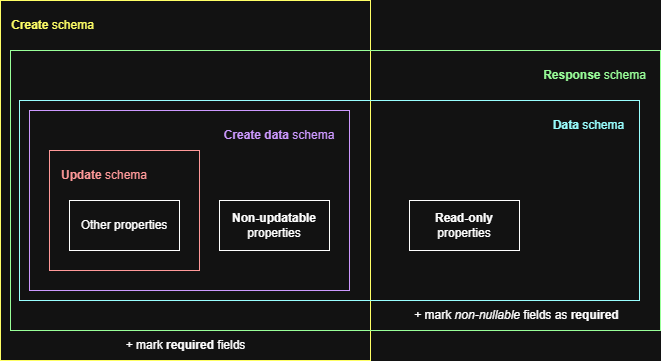
Before: docs/diagrams/openapi-schemas.drawio.png, a diagram exported from draw.io (elhub/flex-information-system). Source tidied: cells renumbered, new cells last; positions are measured from the earlier drawing's top-left corner, leaving out a move shared by most shapes.
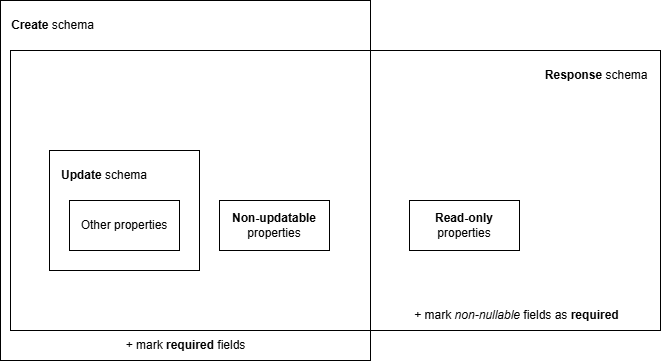
Above is the later version.

Diff of the diagram source:
```diff
@@ -5,12 +5,6 @@
     <mxCell id="2" style="rounded=0;whiteSpace=wrap;html=1;strokeColor=light-dark(#000000,#FFFF66);" parent="1" vertex="1">
       <mxGeometry width="370" height="360" as="geometry" />
     </mxCell>
-    <mxCell id="3" style="rounded=0;whiteSpace=wrap;html=1;strokeWidth=1;strokeColor=light-dark(#000000,#99FFFF);fillColor=none;gradientColor=none;" parent="1" vertex="1">
-      <mxGeometry x="19" y="100" width="620" height="200" as="geometry" />
-    </mxCell>
-    <mxCell id="4" style="rounded=0;whiteSpace=wrap;html=1;strokeWidth=1;strokeColor=light-dark(#000000,#CC99FF);" parent="1" vertex="1">
-      <mxGeometry x="29" y="110" width="320" height="180" as="geometry" />
-    </mxCell>
     <mxCell id="5" style="rounded=0;whiteSpace=wrap;html=1;strokeColor=light-dark(#000000,#FF9999);" parent="1" vertex="1">
       <mxGeometry x="49" y="150" width="150" height="120" as="geometry" />
     </mxCell>
@@ -32,16 +26,10 @@
     <mxCell id="11" value="+ mark &lt;b&gt;required&lt;/b&gt; fields" style="text;html=1;align=center;verticalAlign=middle;whiteSpace=wrap;rounded=0;" parent="1" vertex="1">
       <mxGeometry x="62.5" y="330" width="245" height="30" as="geometry" />
     </mxCell>
-    <mxCell id="12" value="&lt;b&gt;Create data&lt;/b&gt;&amp;nbsp;schema" style="text;html=1;align=center;verticalAlign=middle;whiteSpace=wrap;rounded=0;fontColor=light-dark(#000000,#CC99FF);" parent="1" vertex="1">
-      <mxGeometry x="219" y="120" width="120" height="30" as="geometry" />
-    </mxCell>
-    <mxCell id="13" value="&lt;b&gt;Data&lt;/b&gt;&amp;nbsp;schema" style="text;html=1;align=center;verticalAlign=middle;whiteSpace=wrap;rounded=0;fontColor=light-dark(#000000,#99FFFF);" parent="1" vertex="1">
-      <mxGeometry x="549" y="110" width="79" height="30" as="geometry" />
-    </mxCell>
     <mxCell id="14" value="+ mark &lt;i&gt;non-nullable&lt;/i&gt; fields as&amp;nbsp;&lt;b&gt;required&lt;/b&gt;" style="text;html=1;align=center;verticalAlign=middle;whiteSpace=wrap;rounded=0;" parent="1" vertex="1">
       <mxGeometry x="394" y="300" width="245" height="30" as="geometry" />
     </mxCell>
-    <mxCell id="15" value="&lt;b&gt;Response&lt;/b&gt;&amp;nbsp;schema" style="text;html=1;align=center;verticalAlign=middle;whiteSpace=wrap;rounded=0;fontColor=light-dark(#000000,#99FF99);" parent="1" vertex="1">
+    <mxCell id="15" value="&lt;b&gt;&amp;nbsp;Response&lt;/b&gt;&amp;nbsp;schema" style="text;html=1;align=center;verticalAlign=middle;whiteSpace=wrap;rounded=0;fontColor=light-dark(#000000,#99FF99);" parent="1" vertex="1">
       <mxGeometry x="540" y="60" width="109" height="30" as="geometry" />
     </mxCell>
     <mxCell id="16" style="rounded=0;whiteSpace=wrap;html=1;strokeWidth=1;strokeColor=light-dark(#000000,#99FF99);fillColor=none;gradientColor=none;" parent="1" vertex="1">
```
